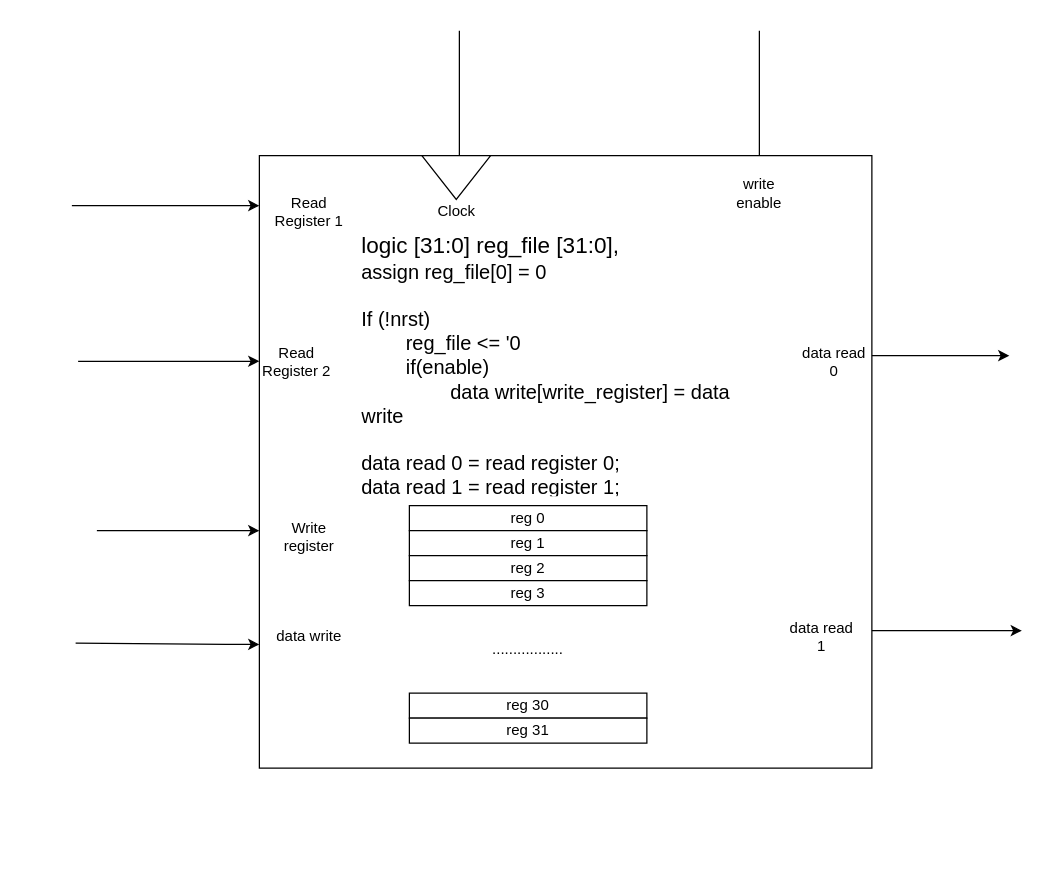
limichael246/STARS_2024 keeps this draw.io diagram as Register_file.drawio. Above is the earlier version. Source tidied: cells renumbered, new cells numbered last; positions are measured from the earlier drawing's top-left corner, leaving out a move shared by most shapes. Both pictures are drawn from the tidied source at 125%, with x=0, y=0 at pixel (71, 30).
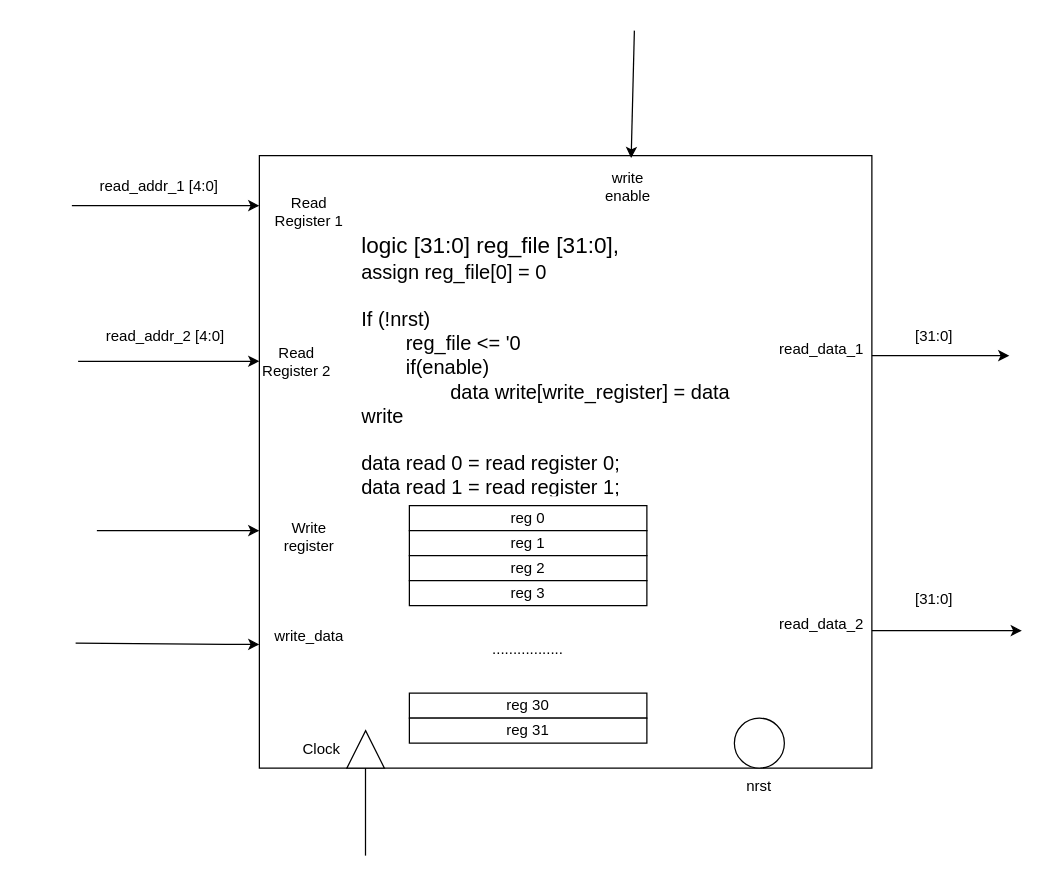
After the change.

The change refers to these unchanged cells:
```xml
<mxCell id="2" style="whiteSpace=wrap;html=1;" parent="1" vertex="1">
  <mxGeometry x="150" y="100" width="490" height="490" as="geometry" />
</mxCell>
```

Diff of the diagram source:
```diff
@@
-    <mxCell id="7" style="endArrow=none;html=1;rounded=0;" parent="1" edge="1">
-      <mxGeometry relative="1" as="geometry">
-        <mxPoint x="550" y="100" as="sourcePoint" />
-        <mxPoint x="550" as="targetPoint" />
-        <Array as="points">
-          <mxPoint x="550" y="60" />
-        </Array>
-      </mxGeometry>
-    </mxCell>
@@
-    <mxCell id="10" style="endArrow=none;html=1;rounded=0;" parent="1" edge="1">
-      <mxGeometry relative="1" as="geometry">
-        <mxPoint x="310" y="100" as="sourcePoint" />
-        <mxPoint x="310" as="targetPoint" />
-      </mxGeometry>
-    </mxCell>
-    <mxCell id="11" style="triangle;whiteSpace=wrap;html=1;rotation=90;" parent="1" vertex="1">
-      <mxGeometry x="290" y="90" width="35" height="55" as="geometry" />
-    </mxCell>
-    <mxCell id="12" value="Clock" style="text;html=1;align=center;verticalAlign=middle;whiteSpace=wrap;rounded=0;" parent="1" vertex="1">
-      <mxGeometry x="277.5" y="130" width="60" height="30" as="geometry" />
-    </mxCell>
     <mxCell id="13" value="write enable" style="text;html=1;align=center;verticalAlign=middle;whiteSpace=wrap;rounded=0;" parent="1" vertex="1">
-      <mxGeometry x="520" y="115" width="60" height="30" as="geometry" />
+      <mxGeometry x="415" y="110" width="60" height="30" as="geometry" />
     </mxCell>
@@
-    <mxCell id="16" value="data write" style="text;html=1;align=center;verticalAlign=middle;whiteSpace=wrap;rounded=0;" parent="1" vertex="1">
+    <mxCell id="16" value="write_data" style="text;html=1;align=center;verticalAlign=middle;whiteSpace=wrap;rounded=0;" parent="1" vertex="1">
       <mxGeometry x="160" y="470" width="60" height="30" as="geometry" />
     </mxCell>
-    <mxCell id="17" value="data read 0" style="text;html=1;align=center;verticalAlign=middle;whiteSpace=wrap;rounded=0;" parent="1" vertex="1">
-      <mxGeometry x="580" y="250" width="60" height="30" as="geometry" />
+    <mxCell id="17" value="read_data_1" style="text;html=1;align=center;verticalAlign=middle;whiteSpace=wrap;rounded=0;" parent="1" vertex="1">
+      <mxGeometry x="570" y="240" width="60" height="30" as="geometry" />
     </mxCell>
-    <mxCell id="18" value="data read 1" style="text;html=1;align=center;verticalAlign=middle;whiteSpace=wrap;rounded=0;" parent="1" vertex="1">
-      <mxGeometry x="570" y="470" width="60" height="30" as="geometry" />
+    <mxCell id="18" value="read_data_2" style="text;html=1;align=center;verticalAlign=middle;whiteSpace=wrap;rounded=0;" parent="1" vertex="1">
+      <mxGeometry x="570" y="460" width="60" height="30" as="geometry" />
     </mxCell>
@@
+    <mxCell id="29" style="triangle;whiteSpace=wrap;html=1;rotation=-90;" parent="1" vertex="1">
+      <mxGeometry x="220" y="560" width="30" height="30" as="geometry" />
+    </mxCell>
+    <mxCell id="30" style="endArrow=none;html=1;rounded=0;" parent="1" edge="1">
+      <mxGeometry relative="1" as="geometry">
+        <mxPoint x="234.9" y="660" as="sourcePoint" />
+        <mxPoint x="234.9" y="590" as="targetPoint" />
+      </mxGeometry>
+    </mxCell>
+    <mxCell id="12" value="Clock" style="text;html=1;align=center;verticalAlign=middle;whiteSpace=wrap;rounded=0;" parent="1" vertex="1">
+      <mxGeometry x="170" y="560" width="60" height="30" as="geometry" />
+    </mxCell>
+    <mxCell id="31" value="[31:0]" style="text;html=1;align=center;verticalAlign=middle;whiteSpace=wrap;rounded=0;" parent="1" vertex="1">
+      <mxGeometry x="660" y="230" width="60" height="30" as="geometry" />
+    </mxCell>
+    <mxCell id="32" value="[31:0]" style="text;html=1;align=center;verticalAlign=middle;whiteSpace=wrap;rounded=0;" parent="1" vertex="1">
+      <mxGeometry x="660" y="440" width="60" height="30" as="geometry" />
+    </mxCell>
+    <mxCell id="33" value="read_addr_1 [4:0]" style="text;html=1;align=center;verticalAlign=middle;whiteSpace=wrap;rounded=0;" parent="1" vertex="1">
+      <mxGeometry x="-40" y="110" width="220" height="30" as="geometry" />
+    </mxCell>
+    <mxCell id="34" value="read_addr_2 [4:0]" style="text;html=1;align=center;verticalAlign=middle;whiteSpace=wrap;rounded=0;" parent="1" vertex="1">
+      <mxGeometry x="10" y="230" width="130" height="30" as="geometry" />
+    </mxCell>
+    <mxCell id="35" style="ellipse;whiteSpace=wrap;html=1;" parent="1" vertex="1">
+      <mxGeometry x="530" y="550" width="40" height="40" as="geometry" />
+    </mxCell>
+    <mxCell id="36" value="nrst" style="text;html=1;align=center;verticalAlign=middle;whiteSpace=wrap;rounded=0;" parent="1" vertex="1">
+      <mxGeometry x="520" y="590" width="60" height="30" as="geometry" />
+    </mxCell>
+    <mxCell id="37" style="endArrow=classic;html=1;rounded=0;entryX=0.607;entryY=0.004;entryDx=0;entryDy=0;entryPerimeter=0;" parent="1" edge="1" target="2">
+      <mxGeometry relative="1" as="geometry">
+        <mxPoint x="450" as="sourcePoint" />
+      </mxGeometry>
+    </mxCell>
```
